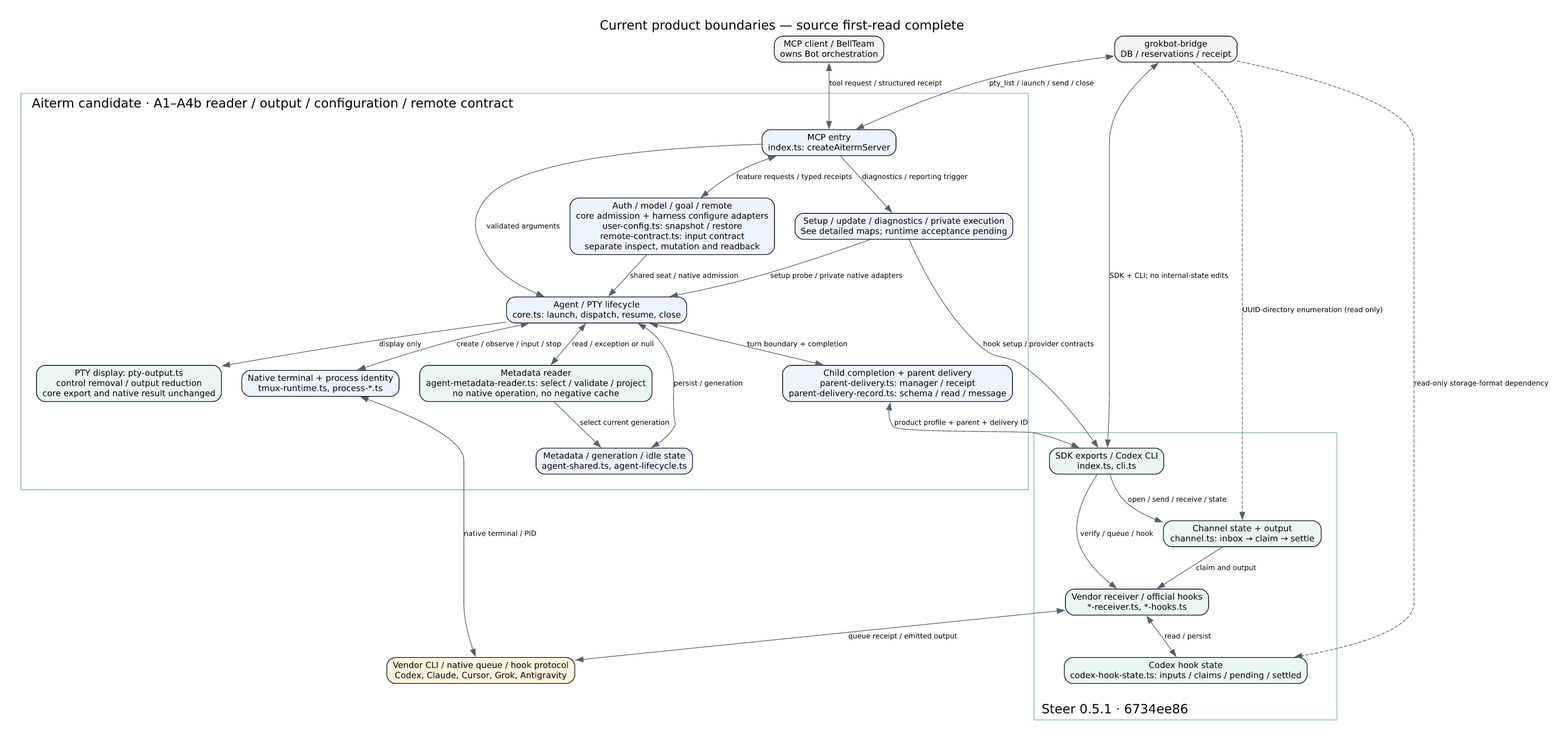
Earlier version of the Graphviz export docs/architecture/current-overview.png (kitepon/aiterm-mcp). Its source is kept beside it as docs/architecture/current-overview.dot.
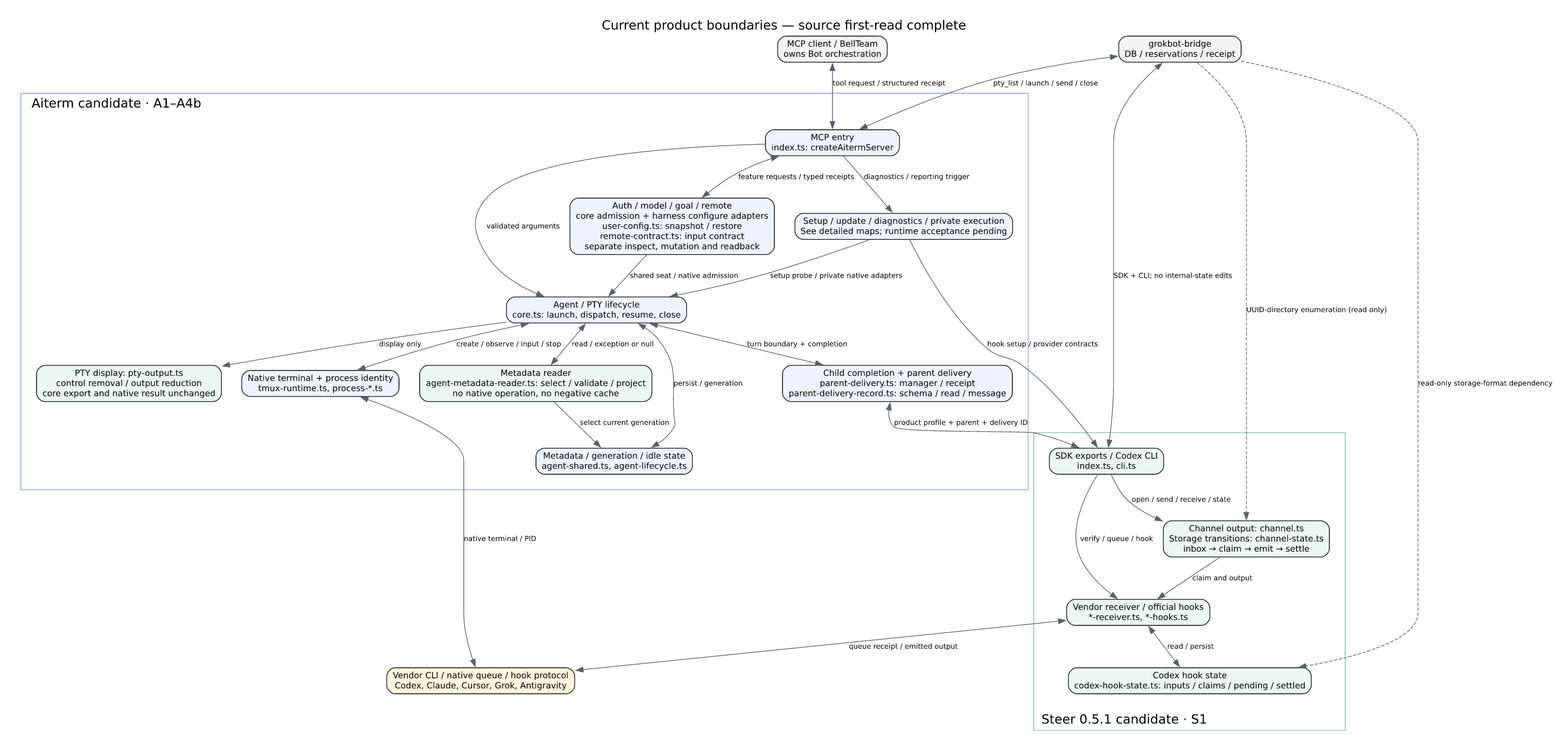
The same file after the commit.

Commit message:
docs: connect the separated Steer channel ownership

What changed in the source:
```diff
@@ -5,7 +5,7 @@
  client [label="MCP client / BellTeam\nowns Bot orchestration",fillcolor="#f3f3f3"];
  bridge [label="grokbot-bridge\nDB / reservations / receipt",fillcolor="#f3f3f3"];
  subgraph cluster_a {
-  label="Aiterm candidate · A1–A4b reader / output / configuration / remote contract";labeljust=l;margin=22;color="#82a2d0";
+  label="Aiterm candidate · A1–A4b";labeljust=l;margin=22;color="#82a2d0";
   mcp [label="MCP entry\nindex.ts: createAitermServer"];
   lifecycle [label="Agent / PTY lifecycle\ncore.ts: launch, dispatch, resume, close"];
   output [label="PTY display: pty-output.ts\ncontrol removal / output reduction\ncore export and native result unchanged",fillcolor="#eaf8f1"];
@@ -17,10 +17,10 @@
   pending [label="Setup / update / diagnostics / private execution\nSee detailed maps; runtime acceptance pending"];
  }
  subgraph cluster_s {
-  label="Steer 0.5.1 · 6734ee86";labeljust=l;labelloc=b;margin=22;color="#84bda3";
+  label="Steer 0.5.1 candidate · S1";labeljust=l;labelloc=b;margin=22;color="#84bda3";
   sdk [label="SDK exports / Codex CLI\nindex.ts, cli.ts",fillcolor="#eaf8f1"];
   receiver [label="Vendor receiver / official hooks\n*-receiver.ts, *-hooks.ts",fillcolor="#eaf8f1"];
-  channels [label="Channel state + output\nchannel.ts: inbox → claim → settle",fillcolor="#eaf8f1"];
+  channels [label="Channel output: channel.ts\nStorage transitions: channel-state.ts\ninbox → claim → emit → settle",fillcolor="#eaf8f1"];
   hookstate [label="Codex hook state\ncodex-hook-state.ts: inputs / claims / pending / settled",fillcolor="#eaf8f1"];
  }
  vendor [label="Vendor CLI / native queue / hook protocol\nCodex, Claude, Cursor, Grok, Antigravity",fillcolor="#fff4dc"];
```
